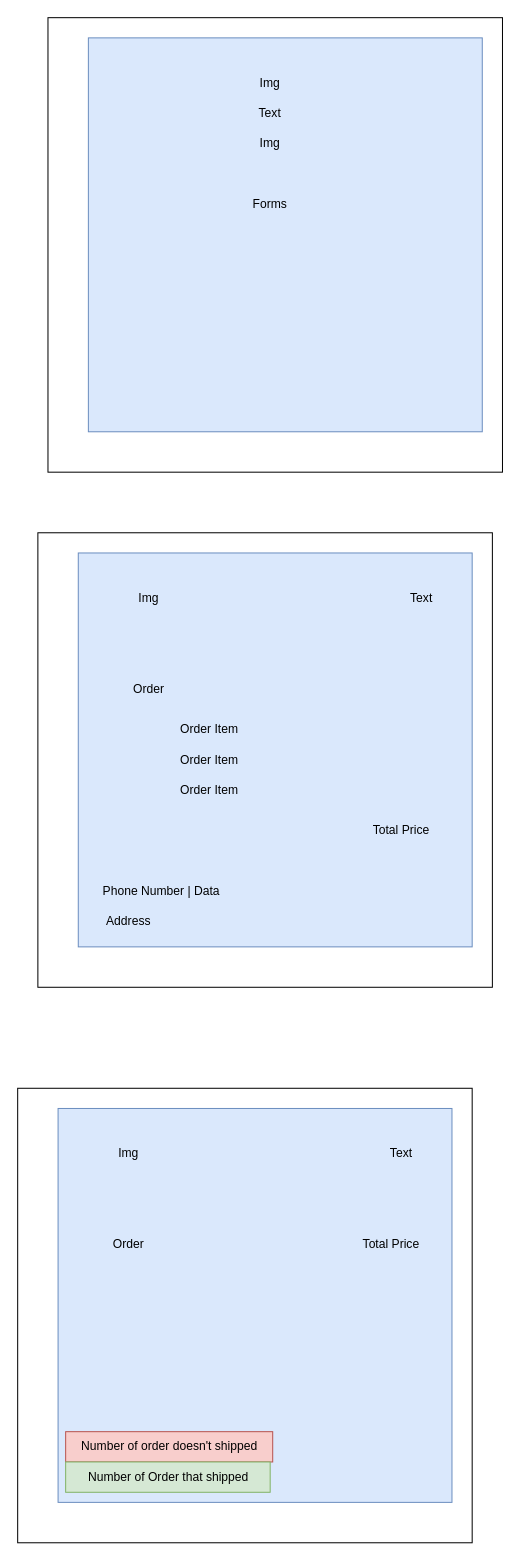
MustaphaAlaa/Kemet keeps this draw.io diagram as page "UI" (3 of 8) of Kemet.drawio. Above is the earlier version. Source tidied: cells renumbered, new cells numbered last; positions are measured from the earlier drawing's top-left corner, leaving out a move shared by most shapes. Both pictures are drawn from the tidied source at 101%, with x=0, y=0 at pixel (17, 17).
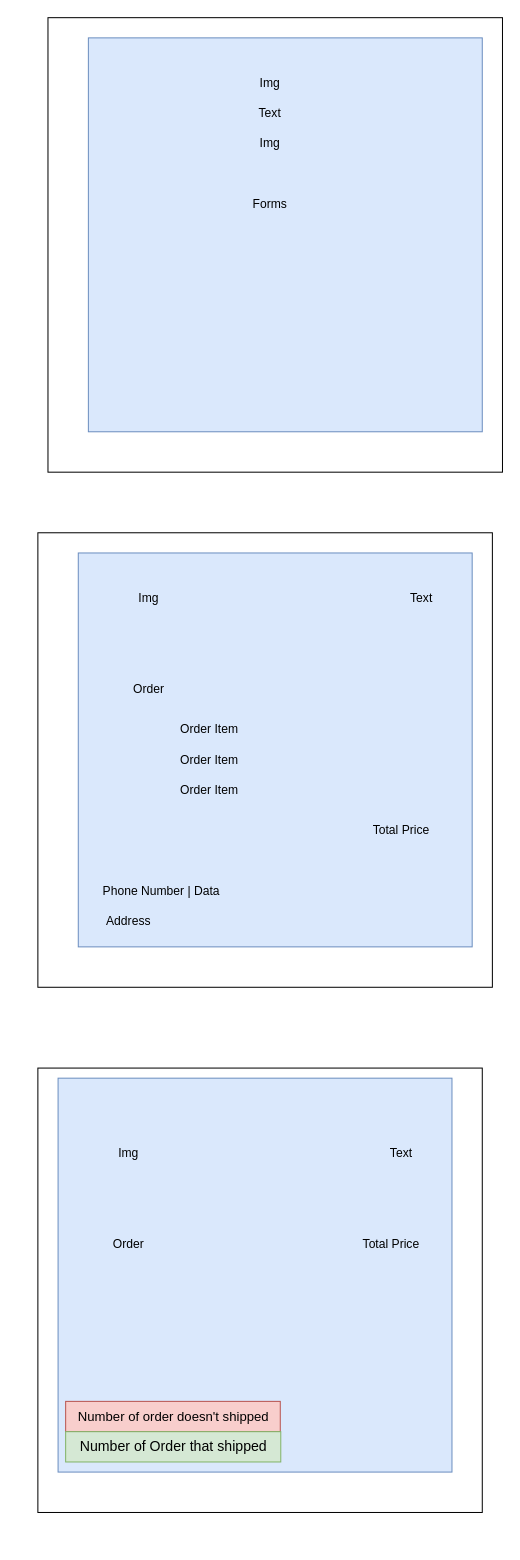
The same page after the edit.

Diff of the diagram source:
```diff
@@
     <mxCell id="21" style="whiteSpace=wrap;html=1;" parent="1" vertex="1">
-      <mxGeometry y="1060" width="450" height="450" as="geometry" />
+      <mxGeometry x="20" y="1040" width="440" height="440" as="geometry" />
     </mxCell>
     <mxCell id="22" style="whiteSpace=wrap;html=1;fillColor=#dae8fc;strokeColor=#6c8ebf;" parent="1" vertex="1">
-      <mxGeometry x="40" y="1080" width="390" height="390" as="geometry" />
+      <mxGeometry x="40" y="1050" width="390" height="390" as="geometry" />
     </mxCell>
@@
-    <mxCell id="28" value="Number of order doesn't shipped" style="text;html=1;align=center;verticalAlign=middle;whiteSpace=wrap;rounded=0;fillColor=#f8cecc;strokeColor=#b85450;" parent="1" vertex="1">
-      <mxGeometry x="47.5" y="1400" width="205" height="30" as="geometry" />
+    <mxCell id="28" value="&lt;font style=&quot;font-size: 13px;&quot;&gt;Number of order doesn't shipped&lt;/font&gt;" style="text;html=1;align=center;verticalAlign=middle;whiteSpace=wrap;rounded=0;fillColor=#f8cecc;strokeColor=#b85450;" parent="1" vertex="1">
+      <mxGeometry x="47.5" y="1370" width="212.5" height="30" as="geometry" />
     </mxCell>
-    <mxCell id="29" value="Number of Order that shipped" style="text;html=1;align=center;verticalAlign=middle;whiteSpace=wrap;rounded=0;fillColor=#d5e8d4;strokeColor=#82b366;" parent="1" vertex="1">
-      <mxGeometry x="47.5" y="1430" width="202.5" height="30" as="geometry" />
+    <mxCell id="29" value="&lt;font style=&quot;font-size: 14px;&quot;&gt;Number of Order that shipped&lt;/font&gt;" style="text;html=1;align=center;verticalAlign=middle;whiteSpace=wrap;rounded=0;fillColor=#d5e8d4;strokeColor=#82b366;" parent="1" vertex="1">
+      <mxGeometry x="47.5" y="1400" width="213" height="30" as="geometry" />
     </mxCell>
```
